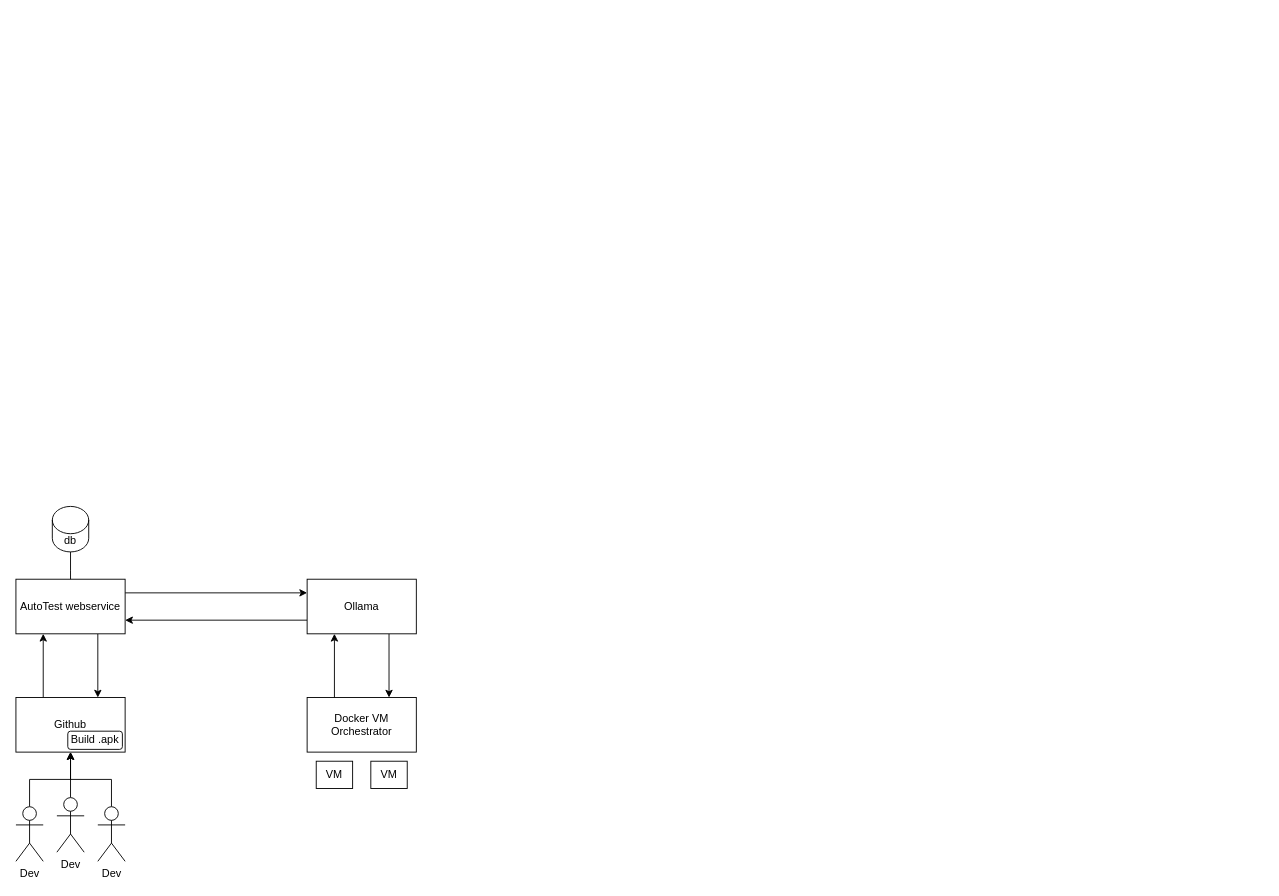
Above: architecture.drawio in themajorones/poc (draw.io), before the change. Source tidied: cells renumbered, new cells numbered last; positions are measured from the earlier drawing's top-left corner, leaving out a move shared by most shapes. Both pictures are drawn from the tidied source at 91%, with x=0, y=0 at pixel (15, 506).
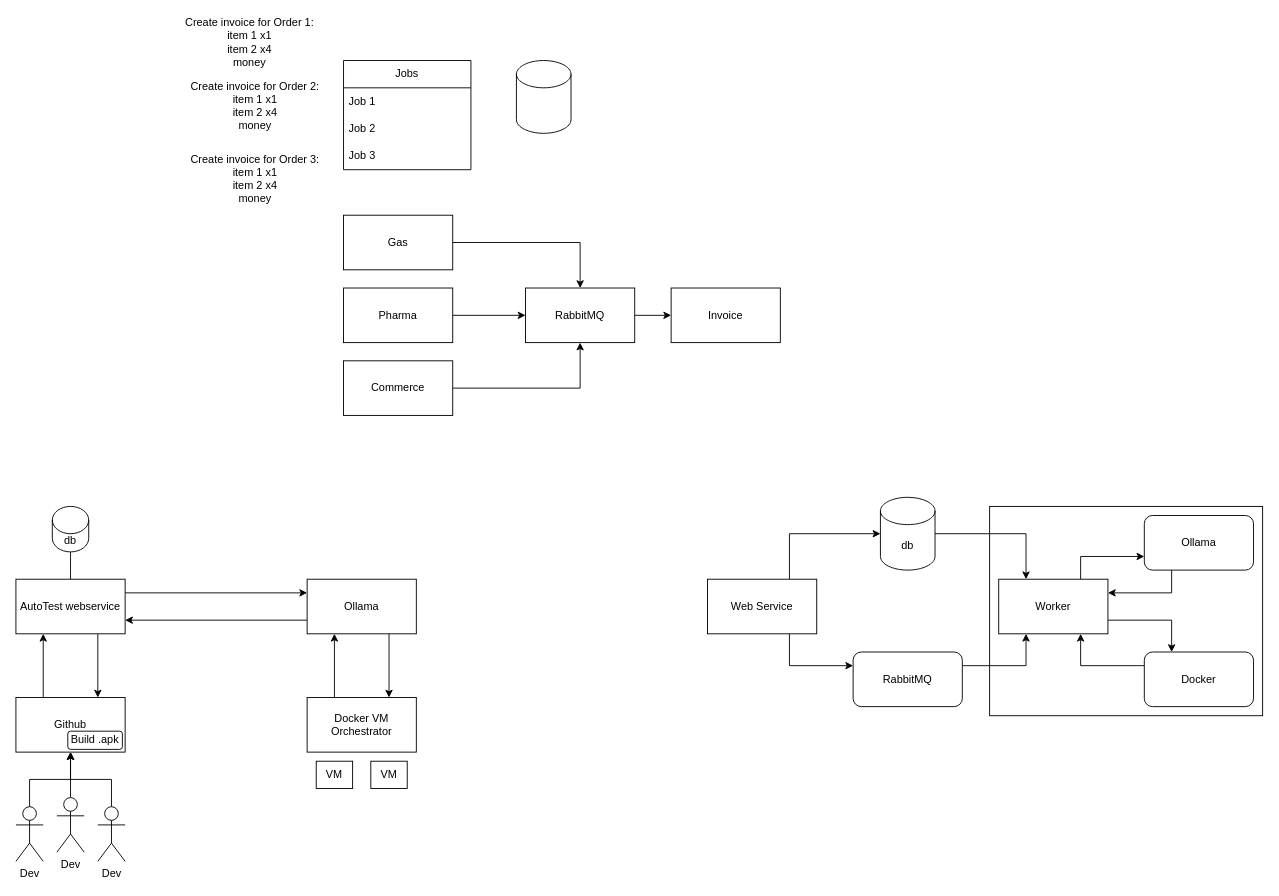
The same diagram, later.

The edit, as a diff of the source:
```diff
@@
+    <mxCell id="24" style="rounded=0;whiteSpace=wrap;html=1;" parent="1" vertex="1">
+      <mxGeometry x="1070" width="300" height="230" as="geometry" />
+    </mxCell>
@@
+    <mxCell id="25" style="edgeStyle=orthogonalEdgeStyle;rounded=0;jettySize=auto;html=1;exitX=0.75;exitY=1;exitDx=0;exitDy=0;entryX=0;entryY=0.25;entryDx=0;entryDy=0;" parent="1" edge="1" source="26" target="30">
+      <mxGeometry relative="1" as="geometry" />
+    </mxCell>
+    <mxCell id="26" value="Web Service" style="rounded=0;whiteSpace=wrap;html=1;" parent="1" vertex="1">
+      <mxGeometry x="760" y="80" width="120" height="60" as="geometry" />
+    </mxCell>
+    <mxCell id="27" style="edgeStyle=orthogonalEdgeStyle;rounded=0;jettySize=auto;html=1;exitX=1;exitY=0.5;exitDx=0;exitDy=0;exitPerimeter=0;entryX=0.25;entryY=0;entryDx=0;entryDy=0;" parent="1" edge="1" source="28" target="33">
+      <mxGeometry relative="1" as="geometry" />
+    </mxCell>
+    <mxCell id="28" value="db" style="shape=cylinder3;whiteSpace=wrap;html=1;boundedLbl=1;backgroundOutline=1;size=15;" parent="1" vertex="1">
+      <mxGeometry x="950" y="-10" width="60" height="80" as="geometry" />
+    </mxCell>
+    <mxCell id="29" style="edgeStyle=orthogonalEdgeStyle;rounded=0;jettySize=auto;html=1;exitX=1;exitY=0.25;exitDx=0;exitDy=0;entryX=0.25;entryY=1;entryDx=0;entryDy=0;" parent="1" edge="1" source="30" target="33">
+      <mxGeometry relative="1" as="geometry" />
+    </mxCell>
+    <mxCell id="30" value="RabbitMQ" style="rounded=1;whiteSpace=wrap;html=1;" parent="1" vertex="1">
+      <mxGeometry x="920" y="160" width="120" height="60" as="geometry" />
+    </mxCell>
+    <mxCell id="31" style="edgeStyle=orthogonalEdgeStyle;rounded=0;jettySize=auto;html=1;exitX=0.75;exitY=0;exitDx=0;exitDy=0;entryX=0;entryY=0.75;entryDx=0;entryDy=0;" parent="1" edge="1" source="33" target="37">
+      <mxGeometry relative="1" as="geometry" />
+    </mxCell>
+    <mxCell id="32" style="edgeStyle=orthogonalEdgeStyle;rounded=0;jettySize=auto;html=1;exitX=1;exitY=0.75;exitDx=0;exitDy=0;entryX=0.25;entryY=0;entryDx=0;entryDy=0;" parent="1" edge="1" source="33" target="35">
+      <mxGeometry relative="1" as="geometry" />
+    </mxCell>
+    <mxCell id="33" value="Worker" style="rounded=0;whiteSpace=wrap;html=1;" parent="1" vertex="1">
+      <mxGeometry x="1080" y="80" width="120" height="60" as="geometry" />
+    </mxCell>
+    <mxCell id="34" style="edgeStyle=orthogonalEdgeStyle;rounded=0;jettySize=auto;html=1;exitX=0;exitY=0.25;exitDx=0;exitDy=0;entryX=0.75;entryY=1;entryDx=0;entryDy=0;" parent="1" edge="1" source="35" target="33">
+      <mxGeometry relative="1" as="geometry" />
+    </mxCell>
+    <mxCell id="35" value="Docker" style="rounded=1;whiteSpace=wrap;html=1;" parent="1" vertex="1">
+      <mxGeometry x="1240" y="160" width="120" height="60" as="geometry" />
+    </mxCell>
+    <mxCell id="36" style="edgeStyle=orthogonalEdgeStyle;rounded=0;jettySize=auto;html=1;exitX=0.25;exitY=1;exitDx=0;exitDy=0;entryX=1;entryY=0.25;entryDx=0;entryDy=0;" parent="1" edge="1" source="37" target="33">
+      <mxGeometry relative="1" as="geometry" />
+    </mxCell>
+    <mxCell id="37" value="Ollama" style="rounded=1;whiteSpace=wrap;html=1;" parent="1" vertex="1">
+      <mxGeometry x="1240" y="10" width="120" height="60" as="geometry" />
+    </mxCell>
+    <mxCell id="38" style="edgeStyle=orthogonalEdgeStyle;rounded=0;jettySize=auto;html=1;exitX=0.75;exitY=0;exitDx=0;exitDy=0;entryX=0;entryY=0.5;entryDx=0;entryDy=0;entryPerimeter=0;" parent="1" edge="1" source="26" target="28">
+      <mxGeometry relative="1" as="geometry" />
+    </mxCell>
+    <mxCell id="39" style="edgeStyle=orthogonalEdgeStyle;rounded=0;jettySize=auto;html=1;exitX=1;exitY=0.5;exitDx=0;exitDy=0;entryX=0.5;entryY=1;entryDx=0;entryDy=0;" parent="1" edge="1" source="40" target="42">
+      <mxGeometry relative="1" as="geometry" />
+    </mxCell>
+    <mxCell id="40" value="Commerce" style="rounded=0;whiteSpace=wrap;html=1;" parent="1" vertex="1">
+      <mxGeometry x="360" y="-160" width="120" height="60" as="geometry" />
+    </mxCell>
+    <mxCell id="41" style="edgeStyle=orthogonalEdgeStyle;rounded=0;jettySize=auto;html=1;exitX=1;exitY=0.5;exitDx=0;exitDy=0;" parent="1" edge="1" source="42" target="55">
+      <mxGeometry relative="1" as="geometry" />
+    </mxCell>
+    <mxCell id="42" value="RabbitMQ" style="rounded=0;whiteSpace=wrap;html=1;" parent="1" vertex="1">
+      <mxGeometry x="560" y="-240" width="120" height="60" as="geometry" />
+    </mxCell>
+    <mxCell id="43" style="edgeStyle=orthogonalEdgeStyle;rounded=0;jettySize=auto;html=1;exitX=1;exitY=0.5;exitDx=0;exitDy=0;" parent="1" edge="1" source="44" target="42">
+      <mxGeometry relative="1" as="geometry" />
+    </mxCell>
+    <mxCell id="44" value="Pharma" style="rounded=0;whiteSpace=wrap;html=1;" parent="1" vertex="1">
+      <mxGeometry x="360" y="-240" width="120" height="60" as="geometry" />
+    </mxCell>
+    <mxCell id="45" style="edgeStyle=orthogonalEdgeStyle;rounded=0;jettySize=auto;html=1;exitX=1;exitY=0.5;exitDx=0;exitDy=0;entryX=0.5;entryY=0;entryDx=0;entryDy=0;" parent="1" edge="1" source="46" target="42">
+      <mxGeometry relative="1" as="geometry" />
+    </mxCell>
+    <mxCell id="46" value="Gas" style="rounded=0;whiteSpace=wrap;html=1;" parent="1" vertex="1">
+      <mxGeometry x="360" y="-320" width="120" height="60" as="geometry" />
+    </mxCell>
+    <mxCell id="47" style="shape=cylinder3;whiteSpace=wrap;html=1;boundedLbl=1;backgroundOutline=1;size=15;" parent="1" vertex="1">
+      <mxGeometry x="550" y="-490" width="60" height="80" as="geometry" />
+    </mxCell>
+    <mxCell id="48" value="Create invoice for Order 1: &lt;br&gt;item 1 x1&lt;br&gt;item 2 x4&lt;br&gt;money" style="text;html=1;whiteSpace=wrap;strokeColor=none;fillColor=none;align=center;verticalAlign=middle;rounded=0;" parent="1" vertex="1">
+      <mxGeometry x="180" y="-530" width="154" height="40" as="geometry" />
+    </mxCell>
+    <mxCell id="49" value="Jobs" style="swimlane;fontStyle=0;horizontal=1;startSize=30;whiteSpace=wrap;html=1;" parent="1" vertex="1">
+      <mxGeometry x="360" y="-490" width="140" height="120" as="geometry" />
+    </mxCell>
+    <mxCell id="50" value="Job 1" style="text;strokeColor=none;fillColor=none;align=left;verticalAlign=middle;spacingLeft=4;spacingRight=4;overflow=hidden;whiteSpace=wrap;html=1;" parent="49" vertex="1">
+      <mxGeometry y="30" width="140" height="30" as="geometry" />
+    </mxCell>
+    <mxCell id="51" value="Job 2" style="text;strokeColor=none;fillColor=none;align=left;verticalAlign=middle;spacingLeft=4;spacingRight=4;overflow=hidden;whiteSpace=wrap;html=1;" parent="49" vertex="1">
+      <mxGeometry y="60" width="140" height="30" as="geometry" />
+    </mxCell>
+    <mxCell id="52" value="Job 3" style="text;strokeColor=none;fillColor=none;align=left;verticalAlign=middle;spacingLeft=4;spacingRight=4;overflow=hidden;whiteSpace=wrap;html=1;" parent="49" vertex="1">
+      <mxGeometry y="90" width="140" height="30" as="geometry" />
+    </mxCell>
+    <mxCell id="53" value="Create invoice for Order 3: &lt;br&gt;item 1 x1&lt;br&gt;item 2 x4&lt;br&gt;money" style="text;html=1;whiteSpace=wrap;strokeColor=none;fillColor=none;align=center;verticalAlign=middle;rounded=0;" parent="1" vertex="1">
+      <mxGeometry x="186" y="-380" width="154" height="40" as="geometry" />
+    </mxCell>
+    <mxCell id="54" value="Create invoice for Order 2: &lt;br&gt;item 1 x1&lt;br&gt;item 2 x4&lt;br&gt;money" style="text;html=1;whiteSpace=wrap;strokeColor=none;fillColor=none;align=center;verticalAlign=middle;rounded=0;" parent="1" vertex="1">
+      <mxGeometry x="186" y="-460" width="154" height="40" as="geometry" />
+    </mxCell>
+    <mxCell id="55" value="Invoice" style="rounded=0;whiteSpace=wrap;html=1;" parent="1" vertex="1">
+      <mxGeometry x="720" y="-240" width="120" height="60" as="geometry" />
+    </mxCell>
```
